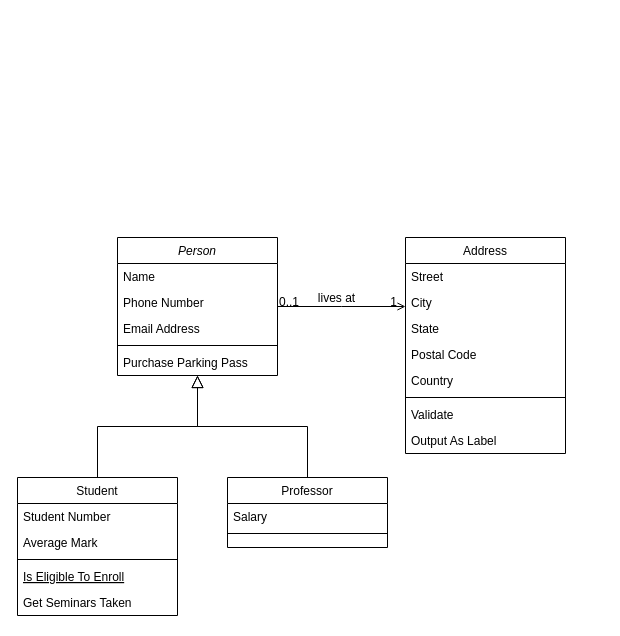
The draw.io diagram Pratica3.drawio in annaletycia/POO1, before the edit. Source tidied: cells renumbered, new cells numbered last; positions are measured from the earlier drawing's top-left corner, leaving out a move shared by most shapes. Both pictures are drawn from the tidied source at 100%, with x=0, y=0 at pixel (17, 237).
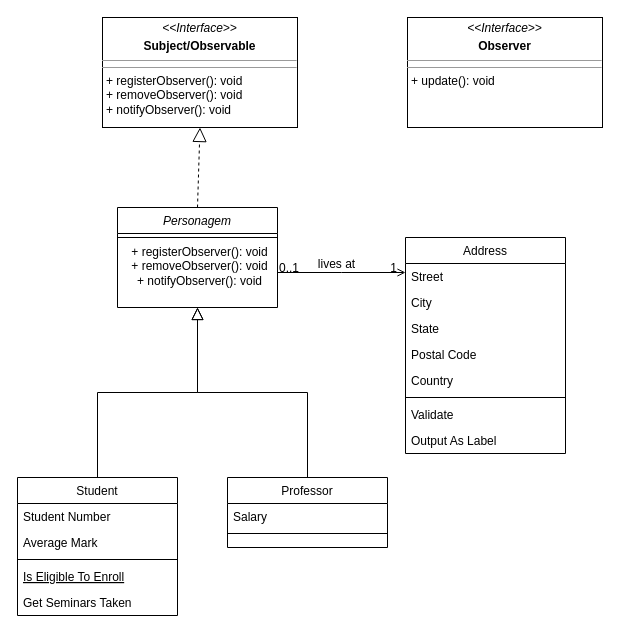
The same diagram, later.

Diff of the diagram source:
```diff
@@
-    <mxCell id="2" value="Person" style="swimlane;fontStyle=2;align=center;verticalAlign=top;horizontal=1;startSize=26;rounded=0;shadow=0;strokeWidth=1;" parent="1" vertex="1">
-      <mxGeometry x="100" width="160" height="138" as="geometry" />
+    <mxCell id="2" value="Personagem" style="swimlane;fontStyle=2;align=center;verticalAlign=top;horizontal=1;startSize=26;rounded=0;shadow=0;strokeWidth=1;" parent="1" vertex="1">
+      <mxGeometry x="100" y="-30" width="160" height="100" as="geometry" />
     </mxCell>
-    <mxCell id="3" value="Name" style="text;align=left;verticalAlign=top;spacingLeft=4;spacingRight=4;overflow=hidden;" parent="2" vertex="1">
-      <mxGeometry y="26" width="160" height="26" as="geometry" />
-    </mxCell>
-    <mxCell id="4" value="Phone Number" style="text;align=left;verticalAlign=top;spacingLeft=4;spacingRight=4;overflow=hidden;rounded=0;shadow=0;html=0;" parent="2" vertex="1">
-      <mxGeometry y="52" width="160" height="26" as="geometry" />
-    </mxCell>
-    <mxCell id="5" value="Email Address" style="text;align=left;verticalAlign=top;spacingLeft=4;spacingRight=4;overflow=hidden;rounded=0;shadow=0;html=0;" parent="2" vertex="1">
-      <mxGeometry y="78" width="160" height="26" as="geometry" />
-    </mxCell>
     <mxCell id="6" style="line;html=1;strokeWidth=1;align=left;verticalAlign=middle;spacingTop=-1;spacingLeft=3;spacingRight=3;labelPosition=right;" parent="2" vertex="1">
-      <mxGeometry y="104" width="160" height="8" as="geometry" />
+      <mxGeometry y="26" width="160" height="8" as="geometry" />
     </mxCell>
-    <mxCell id="7" value="Purchase Parking Pass" style="text;align=left;verticalAlign=top;spacingLeft=4;spacingRight=4;overflow=hidden;" parent="2" vertex="1">
-      <mxGeometry y="112" width="160" height="26" as="geometry" />
-    </mxCell>
+    <mxCell id="32" value="&lt;p style=&quot;margin: 0px ; margin-left: 4px&quot;&gt;+ registerObserver(): void&lt;br&gt;+ removeObserver(): void&lt;/p&gt;&lt;p style=&quot;margin: 0px ; margin-left: 4px&quot;&gt;+ notifyObserver(): void&lt;/p&gt;" style="text;html=1;align=center;verticalAlign=middle;strokeColor=none;fillColor=none;" parent="2" vertex="1">
+      <mxGeometry y="34" width="160" height="50" as="geometry" />
+    </mxCell>
@@
+    <mxCell id="33" value="&lt;p style=&quot;margin: 0px ; margin-top: 4px ; text-align: center&quot;&gt;&lt;i&gt;&amp;lt;&amp;lt;Interface&amp;gt;&amp;gt;&lt;/i&gt;&lt;b&gt;&lt;br&gt;&lt;/b&gt;&lt;/p&gt;&lt;p style=&quot;margin: 0px ; margin-top: 4px ; text-align: center&quot;&gt;&lt;b&gt;Subject/Observable&lt;/b&gt;&lt;br&gt;&lt;b&gt;&lt;/b&gt;&lt;/p&gt;&lt;hr size=&quot;1&quot;&gt;&lt;hr size=&quot;1&quot;&gt;&lt;p style=&quot;margin: 0px ; margin-left: 4px&quot;&gt;+ registerObserver(): void&lt;br&gt;+ removeObserver(): void&lt;/p&gt;&lt;p style=&quot;margin: 0px ; margin-left: 4px&quot;&gt;+ notifyObserver(): void&lt;/p&gt;" style="verticalAlign=top;align=left;overflow=fill;fontSize=12;fontFamily=Helvetica;html=1;" parent="1" vertex="1">
+      <mxGeometry x="85" y="-220" width="195" height="110" as="geometry" />
+    </mxCell>
+    <mxCell id="34" style="endArrow=block;dashed=1;endFill=0;endSize=12;html=1;rounded=0;exitX=0.5;exitY=0;exitDx=0;exitDy=0;entryX=0.5;entryY=1;entryDx=0;entryDy=0;" parent="1" edge="1" source="2" target="33">
+      <mxGeometry relative="1" as="geometry" />
+    </mxCell>
+    <mxCell id="35" value="&lt;p style=&quot;margin: 0px ; margin-top: 4px ; text-align: center&quot;&gt;&lt;i&gt;&amp;lt;&amp;lt;Interface&amp;gt;&amp;gt;&lt;/i&gt;&lt;b&gt;&lt;br&gt;&lt;/b&gt;&lt;/p&gt;&lt;p style=&quot;margin: 0px ; margin-top: 4px ; text-align: center&quot;&gt;&lt;b&gt;Observer&lt;/b&gt;&lt;br&gt;&lt;/p&gt;&lt;hr size=&quot;1&quot;&gt;&lt;hr size=&quot;1&quot;&gt;&lt;p style=&quot;margin: 0px ; margin-left: 4px&quot;&gt;+ update(): void&lt;/p&gt;" style="verticalAlign=top;align=left;overflow=fill;fontSize=12;fontFamily=Helvetica;html=1;" parent="1" vertex="1">
+      <mxGeometry x="390" y="-220" width="195" height="110" as="geometry" />
+    </mxCell>
```
